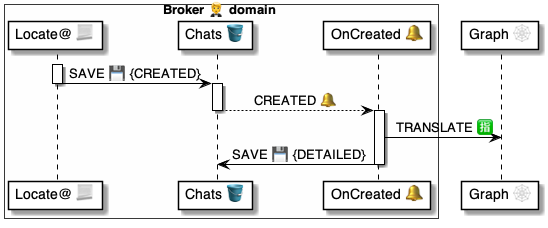
Before: 4 ⚙️ Solution/20 🧑‍🦰 UI/Brokers 🤵/🤵🪣 Broker tables/Chats 💬 table/🪣🔔 on Created/🤵 OnChatCreated ⚙️ uml.png, a diagram exported from PlantUML (pollyweb-org/pollyweb-docs). Its source is kept beside it as 4 ⚙️ Solution/20 🧑‍🦰 UI/Brokers 🤵/🤵🪣 Broker tables/Chats 💬 table/🪣🔔 on Created/🤵 OnChatCreated ⚙️ uml.puml.
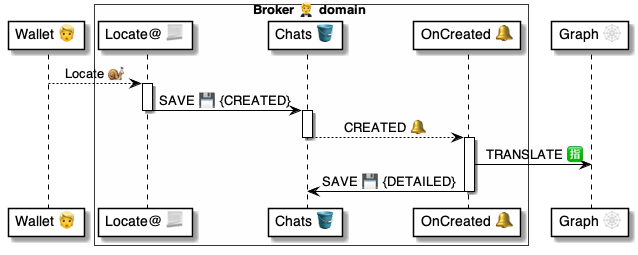
The same diagram one commit later.

Change to the diagram source:
```diff
@@ -1,5 +1,6 @@
 @startuml OnChatCreated
 
+participant "Wallet 👱" as wallet
 
 box Broker 🤵 domain #FFFFFA
     participant "Locate@ 📃" as script
@@ -9,6 +10,7 @@
 
 participant "Graph 🕸" as graph
 
+wallet --> script: Locate 🐌
 
 
 activate script
```
